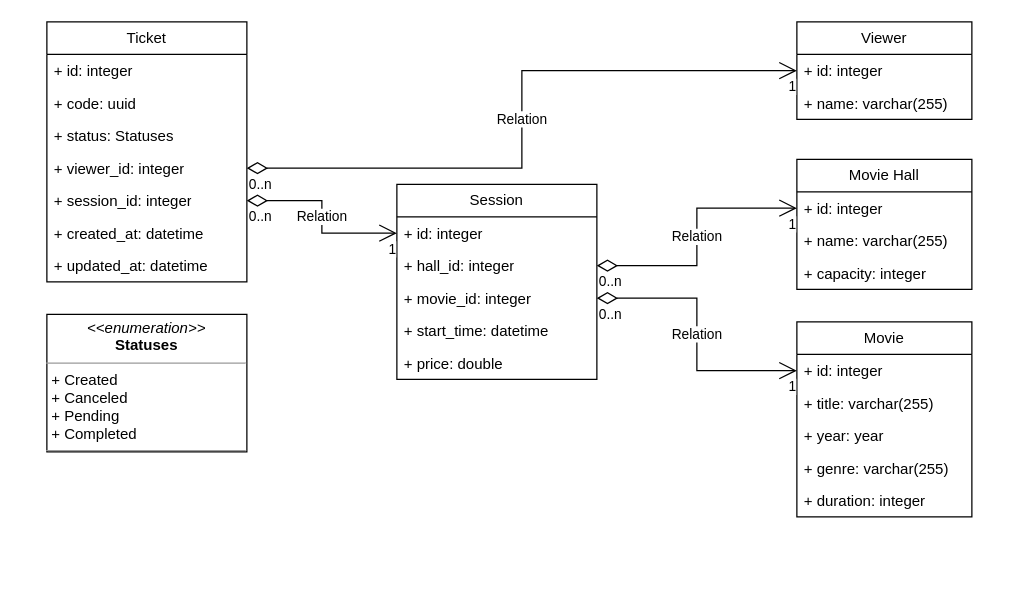
Before: hw7/src/Movie_House.drawio in otusteamedu/PHP_2023, a draw.io diagram. Source tidied: cells renumbered, new cells numbered last; positions are measured from the earlier drawing's top-left corner, leaving out a move shared by most shapes. Both pictures are drawn from the tidied source at 125%, with x=0, y=0 at pixel (46, 21).
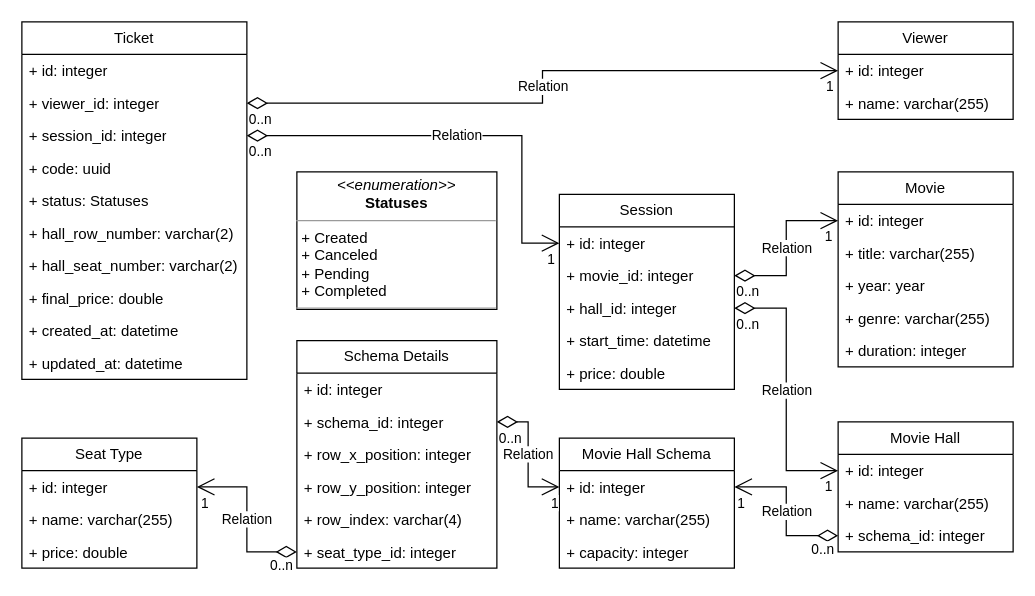
After the change.

Commit message (it also covers changes not shown here):
Add ticket price and seat number. Create tables for managing seats in halls.

Unchanged cells that the change refers to:
```xml
<mxCell id="18" value="Relation" style="endArrow=open;html=1;endSize=12;startArrow=diamondThin;startSize=14;startFill=0;edgeStyle=orthogonalEdgeStyle;rounded=0;" parent="1" edge="1" source="14" target="9">
  <mxGeometry relative="1" as="geometry" />
</mxCell>
<mxCell id="21" value="Relation" style="endArrow=open;html=1;endSize=12;startArrow=diamondThin;startSize=14;startFill=0;edgeStyle=orthogonalEdgeStyle;rounded=0;" parent="1" edge="1" source="15" target="3">
  <mxGeometry relative="1" as="geometry" />
</mxCell>
<mxCell id="38" value="Relation" style="endArrow=open;html=1;endSize=12;startArrow=diamondThin;startSize=14;startFill=0;edgeStyle=orthogonalEdgeStyle;rounded=0;" parent="1" edge="1" source="31" target="25">
  <mxGeometry relative="1" as="geometry" />
</mxCell>
```

The edit, as a diff of the source:
```diff
@@
     <mxCell id="2" value="Movie" style="swimlane;fontStyle=0;horizontal=1;startSize=26;fillColor=none;whiteSpace=wrap;html=1;" parent="1" vertex="1">
-      <mxGeometry x="600" y="240" width="140" height="156" as="geometry" />
+      <mxGeometry x="633" y="120" width="140" height="156" as="geometry" />
     </mxCell>
@@
     <mxCell id="8" value="Movie Hall" style="swimlane;fontStyle=0;horizontal=1;startSize=26;fillColor=none;whiteSpace=wrap;html=1;" parent="1" vertex="1">
-      <mxGeometry x="600" y="110" width="140" height="104" as="geometry" />
+      <mxGeometry x="633" y="320" width="140" height="104" as="geometry" />
     </mxCell>
@@
-    <mxCell id="11" value="+ capacity: integer" style="text;strokeColor=none;fillColor=none;align=left;verticalAlign=top;spacingLeft=4;spacingRight=4;overflow=hidden;points=[[0,0.5],[1,0.5]];portConstraint=eastwest;whiteSpace=wrap;html=1;" parent="8" vertex="1">
+    <mxCell id="11" value="+ schema_id: integer" style="text;strokeColor=none;fillColor=none;align=left;verticalAlign=top;spacingLeft=4;spacingRight=4;overflow=hidden;points=[[0,0.5],[1,0.5]];portConstraint=eastwest;whiteSpace=wrap;html=1;" parent="8" vertex="1">
       <mxGeometry y="78" width="140" height="26" as="geometry" />
     </mxCell>
     <mxCell id="12" value="Session" style="swimlane;fontStyle=0;horizontal=1;startSize=26;fillColor=none;whiteSpace=wrap;html=1;" parent="1" vertex="1">
-      <mxGeometry x="280" y="130" width="160" height="156" as="geometry" />
+      <mxGeometry x="410" y="138" width="140" height="156" as="geometry" />
     </mxCell>
     <mxCell id="13" value="+ id: integer" style="text;strokeColor=none;fillColor=none;align=left;verticalAlign=top;spacingLeft=4;spacingRight=4;overflow=hidden;points=[[0,0.5],[1,0.5]];portConstraint=eastwest;whiteSpace=wrap;html=1;" parent="12" vertex="1">
-      <mxGeometry y="26" width="160" height="26" as="geometry" />
+      <mxGeometry y="26" width="140" height="26" as="geometry" />
     </mxCell>
+    <mxCell id="15" value="+ movie_id: integer" style="text;strokeColor=none;fillColor=none;align=left;verticalAlign=top;spacingLeft=4;spacingRight=4;overflow=hidden;points=[[0,0.5],[1,0.5]];portConstraint=eastwest;whiteSpace=wrap;html=1;" parent="12" vertex="1">
+      <mxGeometry y="52" width="140" height="26" as="geometry" />
+    </mxCell>
     <mxCell id="14" value="+ hall_id: integer" style="text;strokeColor=none;fillColor=none;align=left;verticalAlign=top;spacingLeft=4;spacingRight=4;overflow=hidden;points=[[0,0.5],[1,0.5]];portConstraint=eastwest;whiteSpace=wrap;html=1;" parent="12" vertex="1">
-      <mxGeometry y="52" width="160" height="26" as="geometry" />
+      <mxGeometry y="78" width="140" height="26" as="geometry" />
     </mxCell>
-    <mxCell id="15" value="+ movie_id: integer" style="text;strokeColor=none;fillColor=none;align=left;verticalAlign=top;spacingLeft=4;spacingRight=4;overflow=hidden;points=[[0,0.5],[1,0.5]];portConstraint=eastwest;whiteSpace=wrap;html=1;" parent="12" vertex="1">
-      <mxGeometry y="78" width="160" height="26" as="geometry" />
-    </mxCell>
     <mxCell id="16" value="+ start_time: datetime" style="text;strokeColor=none;fillColor=none;align=left;verticalAlign=top;spacingLeft=4;spacingRight=4;overflow=hidden;whiteSpace=wrap;html=1;" parent="12" vertex="1">
-      <mxGeometry y="104" width="160" height="26" as="geometry" />
+      <mxGeometry y="104" width="140" height="26" as="geometry" />
     </mxCell>
     <mxCell id="17" value="+ price: double" style="text;strokeColor=none;fillColor=none;align=left;verticalAlign=top;spacingLeft=4;spacingRight=4;overflow=hidden;whiteSpace=wrap;html=1;" parent="12" vertex="1">
-      <mxGeometry y="130" width="160" height="26" as="geometry" />
+      <mxGeometry y="130" width="140" height="26" as="geometry" />
     </mxCell>
@@
     <mxCell id="20" value="1" style="edgeLabel;html=1;align=right;verticalAlign=top;" parent="18" vertex="1">
-      <mxGeometry x="1" relative="1" as="geometry" />
+      <mxGeometry x="1" relative="1" as="geometry">
+        <mxPoint x="-4" as="offset" />
+      </mxGeometry>
     </mxCell>
@@
     <mxCell id="23" value="1" style="edgeLabel;html=1;align=right;verticalAlign=top;" parent="21" vertex="1">
-      <mxGeometry x="1" relative="1" as="geometry" />
+      <mxGeometry x="1" relative="1" as="geometry">
+        <mxPoint x="-4" as="offset" />
+      </mxGeometry>
     </mxCell>
     <mxCell id="24" value="Viewer" style="swimlane;fontStyle=0;horizontal=1;startSize=26;fillColor=none;whiteSpace=wrap;html=1;" parent="1" vertex="1">
-      <mxGeometry x="600" width="140" height="78" as="geometry" />
+      <mxGeometry x="633" width="140" height="78" as="geometry" />
     </mxCell>
@@
     <mxCell id="27" value="Ticket" style="swimlane;fontStyle=0;horizontal=1;startSize=26;fillColor=none;whiteSpace=wrap;html=1;" parent="1" vertex="1">
-      <mxGeometry width="160" height="208" as="geometry" />
+      <mxGeometry x="-20" width="180" height="286" as="geometry" />
     </mxCell>
     <mxCell id="28" value="+ id: integer" style="text;strokeColor=none;fillColor=none;align=left;verticalAlign=top;spacingLeft=4;spacingRight=4;overflow=hidden;whiteSpace=wrap;html=1;" parent="27" vertex="1">
-      <mxGeometry y="26" width="160" height="26" as="geometry" />
+      <mxGeometry y="26" width="180" height="26" as="geometry" />
     </mxCell>
+    <mxCell id="31" value="+ viewer_id: integer" style="text;strokeColor=none;fillColor=none;align=left;verticalAlign=top;spacingLeft=4;spacingRight=4;overflow=hidden;points=[[0,0.5],[1,0.5]];portConstraint=eastwest;whiteSpace=wrap;html=1;" parent="27" vertex="1">
+      <mxGeometry y="52" width="180" height="26" as="geometry" />
+    </mxCell>
+    <mxCell id="32" value="+ session_id: integer" style="text;strokeColor=none;fillColor=none;align=left;verticalAlign=top;spacingLeft=4;spacingRight=4;overflow=hidden;points=[[0,0.5],[1,0.5]];portConstraint=eastwest;whiteSpace=wrap;html=1;" parent="27" vertex="1">
+      <mxGeometry y="78" width="180" height="26" as="geometry" />
+    </mxCell>
     <mxCell id="29" value="+ code: uuid" style="text;strokeColor=none;fillColor=none;align=left;verticalAlign=top;spacingLeft=4;spacingRight=4;overflow=hidden;whiteSpace=wrap;html=1;" parent="27" vertex="1">
-      <mxGeometry y="52" width="160" height="26" as="geometry" />
+      <mxGeometry y="104" width="180" height="26" as="geometry" />
     </mxCell>
     <mxCell id="30" value="+ status: Statuses" style="text;strokeColor=none;fillColor=none;align=left;verticalAlign=top;spacingLeft=4;spacingRight=4;overflow=hidden;whiteSpace=wrap;html=1;" parent="27" vertex="1">
-      <mxGeometry y="78" width="160" height="26" as="geometry" />
+      <mxGeometry y="130" width="180" height="26" as="geometry" />
     </mxCell>
-    <mxCell id="31" value="+ viewer_id: integer" style="text;strokeColor=none;fillColor=none;align=left;verticalAlign=top;spacingLeft=4;spacingRight=4;overflow=hidden;points=[[0,0.5],[1,0.5]];portConstraint=eastwest;whiteSpace=wrap;html=1;" parent="27" vertex="1">
-      <mxGeometry y="104" width="160" height="26" as="geometry" />
-    </mxCell>
-    <mxCell id="32" value="+ session_id: integer" style="text;strokeColor=none;fillColor=none;align=left;verticalAlign=top;spacingLeft=4;spacingRight=4;overflow=hidden;points=[[0,0.5],[1,0.5]];portConstraint=eastwest;whiteSpace=wrap;html=1;" parent="27" vertex="1">
-      <mxGeometry y="130" width="160" height="26" as="geometry" />
-    </mxCell>
+    <mxCell id="42" value="+ hall_row_number: varchar(2)&lt;br&gt;" style="text;strokeColor=none;fillColor=none;align=left;verticalAlign=top;spacingLeft=4;spacingRight=4;overflow=hidden;whiteSpace=wrap;html=1;" parent="27" vertex="1">
+      <mxGeometry y="156" width="180" height="26" as="geometry" />
+    </mxCell>
+    <mxCell id="43" value="+ hall_seat_number: varchar(2)" style="text;strokeColor=none;fillColor=none;align=left;verticalAlign=top;spacingLeft=4;spacingRight=4;overflow=hidden;whiteSpace=wrap;html=1;" parent="27" vertex="1">
+      <mxGeometry y="182" width="180" height="26" as="geometry" />
+    </mxCell>
+    <mxCell id="44" value="+ final_price: double" style="text;strokeColor=none;fillColor=none;align=left;verticalAlign=top;spacingLeft=4;spacingRight=4;overflow=hidden;whiteSpace=wrap;html=1;" parent="27" vertex="1">
+      <mxGeometry y="208" width="180" height="26" as="geometry" />
+    </mxCell>
     <mxCell id="33" value="+ created_at: datetime" style="text;strokeColor=none;fillColor=none;align=left;verticalAlign=top;spacingLeft=4;spacingRight=4;overflow=hidden;whiteSpace=wrap;html=1;" parent="27" vertex="1">
-      <mxGeometry y="156" width="160" height="26" as="geometry" />
+      <mxGeometry y="234" width="180" height="26" as="geometry" />
     </mxCell>
     <mxCell id="34" value="+ updated_at: datetime" style="text;strokeColor=none;fillColor=none;align=left;verticalAlign=top;spacingLeft=4;spacingRight=4;overflow=hidden;whiteSpace=wrap;html=1;" parent="27" vertex="1">
-      <mxGeometry y="182" width="160" height="26" as="geometry" />
+      <mxGeometry y="260" width="180" height="26" as="geometry" />
     </mxCell>
     <mxCell id="35" value="Relation" style="endArrow=open;html=1;endSize=12;startArrow=diamondThin;startSize=14;startFill=0;edgeStyle=orthogonalEdgeStyle;rounded=0;" parent="1" edge="1" source="32" target="13">
-      <mxGeometry relative="1" as="geometry" />
+      <mxGeometry relative="1" as="geometry">
+        <Array as="points">
+          <mxPoint x="380" y="91" />
+          <mxPoint x="380" y="177" />
+        </Array>
+      </mxGeometry>
     </mxCell>
@@
     <mxCell id="37" value="1" style="edgeLabel;html=1;align=right;verticalAlign=top;" parent="35" vertex="1">
-      <mxGeometry x="1" relative="1" as="geometry" />
+      <mxGeometry x="1" relative="1" as="geometry">
+        <mxPoint x="-3" as="offset" />
+      </mxGeometry>
     </mxCell>
@@
     <mxCell id="40" value="1" style="edgeLabel;html=1;align=right;verticalAlign=top;" parent="38" vertex="1">
-      <mxGeometry x="1" relative="1" as="geometry" />
+      <mxGeometry x="1" relative="1" as="geometry">
+        <mxPoint x="-3" as="offset" />
+      </mxGeometry>
     </mxCell>
     <mxCell id="41" value="&lt;p style=&quot;margin:0px;margin-top:4px;text-align:center;&quot;&gt;&lt;i&gt;&amp;lt;&amp;lt;enumeration&amp;gt;&amp;gt;&lt;/i&gt;&lt;br&gt;&lt;b&gt;Statuses&lt;/b&gt;&lt;/p&gt;&lt;hr size=&quot;1&quot;&gt;&lt;p style=&quot;margin:0px;margin-left:4px;&quot;&gt;+ Created&lt;/p&gt;&lt;p style=&quot;margin:0px;margin-left:4px;&quot;&gt;+ Canceled&lt;/p&gt;&lt;p style=&quot;margin:0px;margin-left:4px;&quot;&gt;+ Pending&lt;br&gt;+ Completed&lt;/p&gt;&lt;hr size=&quot;1&quot;&gt;&lt;p style=&quot;margin:0px;margin-left:4px;&quot;&gt;&lt;br&gt;&lt;/p&gt;" style="verticalAlign=top;align=left;overflow=fill;fontSize=12;fontFamily=Helvetica;html=1;whiteSpace=wrap;" parent="1" vertex="1">
-      <mxGeometry y="234" width="160" height="110" as="geometry" />
+      <mxGeometry x="200" y="120" width="160" height="110" as="geometry" />
     </mxCell>
+    <mxCell id="45" value="Movie Hall Schema" style="swimlane;fontStyle=0;horizontal=1;startSize=26;fillColor=none;whiteSpace=wrap;html=1;" parent="1" vertex="1">
+      <mxGeometry x="410" y="333" width="140" height="104" as="geometry" />
+    </mxCell>
+    <mxCell id="46" value="+ id: integer" style="text;strokeColor=none;fillColor=none;align=left;verticalAlign=top;spacingLeft=4;spacingRight=4;overflow=hidden;points=[[0,0.5],[1,0.5]];portConstraint=eastwest;whiteSpace=wrap;html=1;" parent="45" vertex="1">
+      <mxGeometry y="26" width="140" height="26" as="geometry" />
+    </mxCell>
+    <mxCell id="47" value="+ name: varchar(255)" style="text;strokeColor=none;fillColor=none;align=left;verticalAlign=top;spacingLeft=4;spacingRight=4;overflow=hidden;whiteSpace=wrap;html=1;" parent="45" vertex="1">
+      <mxGeometry y="52" width="140" height="26" as="geometry" />
+    </mxCell>
+    <mxCell id="48" value="+ capacity: integer" style="text;strokeColor=none;fillColor=none;align=left;verticalAlign=top;spacingLeft=4;spacingRight=4;overflow=hidden;whiteSpace=wrap;html=1;" parent="45" vertex="1">
+      <mxGeometry y="78" width="140" height="26" as="geometry" />
+    </mxCell>
+    <mxCell id="49" value="Relation" style="endArrow=open;html=1;endSize=12;startArrow=diamondThin;startSize=14;startFill=0;edgeStyle=orthogonalEdgeStyle;rounded=0;" parent="1" edge="1" source="11" target="46">
+      <mxGeometry relative="1" as="geometry" />
+    </mxCell>
+    <mxCell id="50" value="0..n" style="edgeLabel;html=1;align=left;verticalAlign=top;" parent="49" vertex="1">
+      <mxGeometry x="-1" relative="1" as="geometry">
+        <mxPoint x="-23" y="-2" as="offset" />
+      </mxGeometry>
+    </mxCell>
+    <mxCell id="51" value="1" style="edgeLabel;html=1;align=right;verticalAlign=top;" parent="49" vertex="1">
+      <mxGeometry x="1" relative="1" as="geometry">
+        <mxPoint x="9" as="offset" />
+      </mxGeometry>
+    </mxCell>
+    <mxCell id="52" value="Schema Details" style="swimlane;fontStyle=0;horizontal=1;startSize=26;fillColor=none;whiteSpace=wrap;html=1;" parent="1" vertex="1">
+      <mxGeometry x="200" y="255" width="160" height="182" as="geometry" />
+    </mxCell>
+    <mxCell id="53" value="+ id: integer" style="text;strokeColor=none;fillColor=none;align=left;verticalAlign=top;spacingLeft=4;spacingRight=4;overflow=hidden;whiteSpace=wrap;html=1;" parent="52" vertex="1">
+      <mxGeometry y="26" width="160" height="26" as="geometry" />
+    </mxCell>
+    <mxCell id="54" value="+ schema_id: integer" style="text;strokeColor=none;fillColor=none;align=left;verticalAlign=top;spacingLeft=4;spacingRight=4;overflow=hidden;points=[[0,0.5],[1,0.5]];portConstraint=eastwest;whiteSpace=wrap;html=1;" parent="52" vertex="1">
+      <mxGeometry y="52" width="160" height="26" as="geometry" />
+    </mxCell>
+    <mxCell id="55" value="+ row_x_position: integer" style="text;strokeColor=none;fillColor=none;align=left;verticalAlign=top;spacingLeft=4;spacingRight=4;overflow=hidden;whiteSpace=wrap;html=1;" parent="52" vertex="1">
+      <mxGeometry y="78" width="160" height="26" as="geometry" />
+    </mxCell>
+    <mxCell id="56" value="+ row_y_position: integer" style="text;strokeColor=none;fillColor=none;align=left;verticalAlign=top;spacingLeft=4;spacingRight=4;overflow=hidden;whiteSpace=wrap;html=1;" parent="52" vertex="1">
+      <mxGeometry y="104" width="160" height="26" as="geometry" />
+    </mxCell>
+    <mxCell id="57" value="+ row_index: varchar(4)" style="text;strokeColor=none;fillColor=none;align=left;verticalAlign=top;spacingLeft=4;spacingRight=4;overflow=hidden;whiteSpace=wrap;html=1;" parent="52" vertex="1">
+      <mxGeometry y="130" width="160" height="26" as="geometry" />
+    </mxCell>
+    <mxCell id="58" value="+ seat_type_id: integer" style="text;strokeColor=none;fillColor=none;align=left;verticalAlign=top;spacingLeft=4;spacingRight=4;overflow=hidden;points=[[0,0.5],[1,0.5]];portConstraint=eastwest;whiteSpace=wrap;html=1;" parent="52" vertex="1">
+      <mxGeometry y="156" width="160" height="26" as="geometry" />
+    </mxCell>
+    <mxCell id="59" value="Relation" style="endArrow=open;html=1;endSize=12;startArrow=diamondThin;startSize=14;startFill=0;edgeStyle=orthogonalEdgeStyle;rounded=0;" parent="1" edge="1" source="54" target="46">
+      <mxGeometry relative="1" as="geometry" />
+    </mxCell>
+    <mxCell id="60" value="0..n" style="edgeLabel;html=1;align=left;verticalAlign=top;" parent="59" vertex="1">
+      <mxGeometry x="-1" relative="1" as="geometry" />
+    </mxCell>
+    <mxCell id="61" value="1" style="edgeLabel;html=1;align=right;verticalAlign=top;" parent="59" vertex="1">
+      <mxGeometry x="1" relative="1" as="geometry" />
+    </mxCell>
+    <mxCell id="62" value="Seat Type" style="swimlane;fontStyle=0;horizontal=1;startSize=26;fillColor=none;whiteSpace=wrap;html=1;" parent="1" vertex="1">
+      <mxGeometry x="-20" y="333" width="140" height="104" as="geometry" />
+    </mxCell>
+    <mxCell id="63" value="+ id: integer" style="text;strokeColor=none;fillColor=none;align=left;verticalAlign=top;spacingLeft=4;spacingRight=4;overflow=hidden;points=[[0,0.5],[1,0.5]];portConstraint=eastwest;whiteSpace=wrap;html=1;" parent="62" vertex="1">
+      <mxGeometry y="26" width="140" height="26" as="geometry" />
+    </mxCell>
+    <mxCell id="64" value="+ name: varchar(255)" style="text;strokeColor=none;fillColor=none;align=left;verticalAlign=top;spacingLeft=4;spacingRight=4;overflow=hidden;whiteSpace=wrap;html=1;" parent="62" vertex="1">
+      <mxGeometry y="52" width="140" height="26" as="geometry" />
+    </mxCell>
+    <mxCell id="65" value="+ price: double" style="text;strokeColor=none;fillColor=none;align=left;verticalAlign=top;spacingLeft=4;spacingRight=4;overflow=hidden;whiteSpace=wrap;html=1;" parent="62" vertex="1">
+      <mxGeometry y="78" width="140" height="26" as="geometry" />
+    </mxCell>
+    <mxCell id="66" value="Relation" style="endArrow=open;html=1;endSize=12;startArrow=diamondThin;startSize=14;startFill=0;edgeStyle=orthogonalEdgeStyle;rounded=0;" parent="1" edge="1" source="58" target="63">
+      <mxGeometry relative="1" as="geometry" />
+    </mxCell>
+    <mxCell id="67" value="0..n" style="edgeLabel;html=1;align=left;verticalAlign=top;" parent="66" vertex="1">
+      <mxGeometry x="-1" relative="1" as="geometry">
+        <mxPoint x="-23" y="-2" as="offset" />
+      </mxGeometry>
+    </mxCell>
+    <mxCell id="68" value="1" style="edgeLabel;html=1;align=right;verticalAlign=top;" parent="66" vertex="1">
+      <mxGeometry x="1" relative="1" as="geometry">
+        <mxPoint x="10" as="offset" />
+      </mxGeometry>
+    </mxCell>
```
